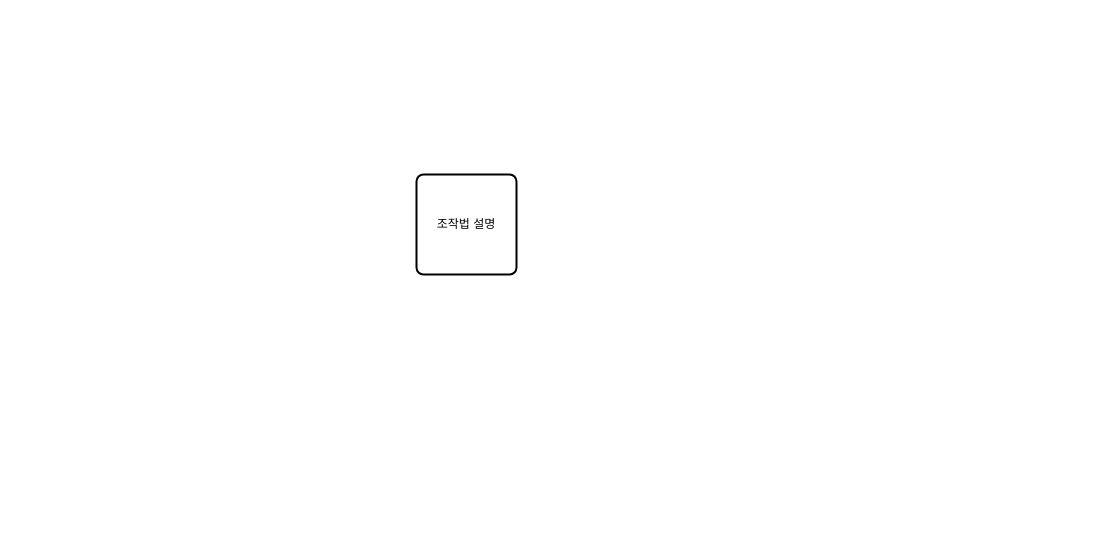
The draw.io diagram Untitled Diagram.drawio in imjae/Holymole_Lee, before the edit. Source tidied: cells renumbered, new cells numbered last; positions are measured from the earlier drawing's top-left corner, leaving out a move shared by most shapes. Both pictures are drawn from the tidied source at 100%, with x=0, y=0 at pixel (416, 174).
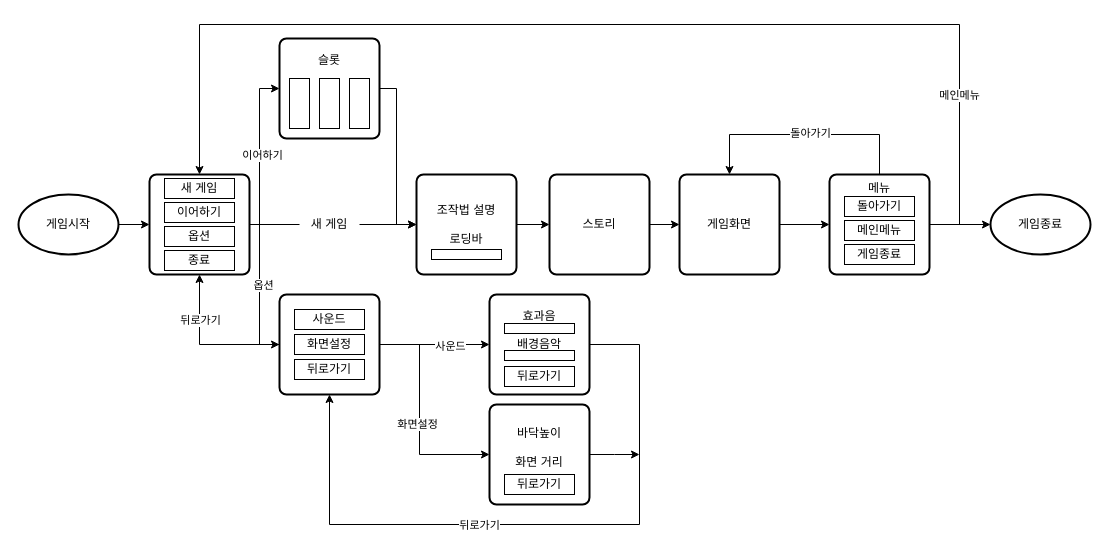
Above is the later version.

What changed in the source:
```diff
@@
+    <mxCell id="3" style="edgeStyle=orthogonalEdgeStyle;rounded=0;jettySize=auto;html=1;" parent="1" edge="1" source="2" target="6">
+      <mxGeometry relative="1" as="geometry" />
+    </mxCell>
+    <mxCell id="4" style="edgeStyle=orthogonalEdgeStyle;rounded=0;jettySize=auto;html=1;exitX=1;exitY=0.5;exitDx=0;exitDy=0;entryX=0;entryY=0.5;entryDx=0;entryDy=0;startArrow=none;" parent="1" edge="1" source="24" target="2">
+      <mxGeometry relative="1" as="geometry" />
+    </mxCell>
-    <mxCell id="2" value="조작법 설명" style="rounded=1;whiteSpace=wrap;html=1;absoluteArcSize=1;arcSize=14;strokeWidth=2;" parent="1" vertex="1">
+    <mxCell id="2" value="조작법 설명&lt;br&gt;&lt;br&gt;로딩바" style="rounded=1;whiteSpace=wrap;html=1;absoluteArcSize=1;arcSize=14;strokeWidth=2;" parent="1" vertex="1">
       <mxGeometry width="100" height="100" as="geometry" />
     </mxCell>
+    <mxCell id="5" style="edgeStyle=orthogonalEdgeStyle;rounded=0;jettySize=auto;html=1;" parent="1" edge="1" source="6" target="8">
+      <mxGeometry relative="1" as="geometry" />
+    </mxCell>
+    <mxCell id="6" value="스토리" style="rounded=1;whiteSpace=wrap;html=1;absoluteArcSize=1;arcSize=14;strokeWidth=2;" parent="1" vertex="1">
+      <mxGeometry x="133" width="100" height="100" as="geometry" />
+    </mxCell>
+    <mxCell id="7" style="edgeStyle=orthogonalEdgeStyle;rounded=0;jettySize=auto;html=1;" parent="1" edge="1" source="8" target="48">
+      <mxGeometry relative="1" as="geometry" />
+    </mxCell>
+    <mxCell id="8" value="게임화면" style="rounded=1;whiteSpace=wrap;html=1;absoluteArcSize=1;arcSize=14;strokeWidth=2;" parent="1" vertex="1">
+      <mxGeometry x="263" width="100" height="100" as="geometry" />
+    </mxCell>
+    <mxCell id="9" style="rounded=0;whiteSpace=wrap;html=1;" parent="1" vertex="1">
+      <mxGeometry x="15" y="75" width="70" height="10" as="geometry" />
+    </mxCell>
+    <mxCell id="10" style="edgeStyle=orthogonalEdgeStyle;rounded=0;jettySize=auto;html=1;entryX=0;entryY=0.5;entryDx=0;entryDy=0;" parent="1" edge="1" source="14" target="20">
+      <mxGeometry relative="1" as="geometry">
+        <Array as="points">
+          <mxPoint x="-157" y="50" />
+          <mxPoint x="-157" y="-86" />
+        </Array>
+      </mxGeometry>
+    </mxCell>
+    <mxCell id="11" value="이어하기" style="edgeLabel;html=1;align=center;verticalAlign=middle;" parent="10" vertex="1">
+      <mxGeometry x="0.14" y="-2" relative="1" as="geometry">
+        <mxPoint y="15" as="offset" />
+      </mxGeometry>
+    </mxCell>
+    <mxCell id="12" style="edgeStyle=orthogonalEdgeStyle;rounded=0;jettySize=auto;html=1;entryX=0;entryY=0.5;entryDx=0;entryDy=0;" parent="1" edge="1" source="14" target="32">
+      <mxGeometry relative="1" as="geometry">
+        <Array as="points">
+          <mxPoint x="-157" y="50" />
+          <mxPoint x="-157" y="170" />
+        </Array>
+      </mxGeometry>
+    </mxCell>
+    <mxCell id="13" value="옵션" style="edgeLabel;html=1;align=center;verticalAlign=middle;" parent="12" vertex="1">
+      <mxGeometry x="0.27" y="3" relative="1" as="geometry">
+        <mxPoint y="-25" as="offset" />
+      </mxGeometry>
+    </mxCell>
+    <mxCell id="14" style="rounded=1;whiteSpace=wrap;html=1;absoluteArcSize=1;arcSize=14;strokeWidth=2;" parent="1" vertex="1">
+      <mxGeometry x="-267" width="100" height="100" as="geometry" />
+    </mxCell>
+    <mxCell id="15" value="새 게임" style="rounded=0;whiteSpace=wrap;html=1;" parent="1" vertex="1">
+      <mxGeometry x="-252" y="4" width="70" height="20" as="geometry" />
+    </mxCell>
+    <mxCell id="16" value="이어하기" style="rounded=0;whiteSpace=wrap;html=1;" parent="1" vertex="1">
+      <mxGeometry x="-252" y="28" width="70" height="20" as="geometry" />
+    </mxCell>
+    <mxCell id="17" value="종료" style="rounded=0;whiteSpace=wrap;html=1;" parent="1" vertex="1">
+      <mxGeometry x="-252" y="76" width="70" height="20" as="geometry" />
+    </mxCell>
+    <mxCell id="18" value="옵션" style="rounded=0;whiteSpace=wrap;html=1;" parent="1" vertex="1">
+      <mxGeometry x="-252" y="52" width="70" height="20" as="geometry" />
+    </mxCell>
+    <mxCell id="19" style="edgeStyle=orthogonalEdgeStyle;rounded=0;jettySize=auto;html=1;entryX=0;entryY=0.5;entryDx=0;entryDy=0;" parent="1" edge="1" source="20" target="2">
+      <mxGeometry relative="1" as="geometry">
+        <Array as="points">
+          <mxPoint x="-20" y="-86" />
+          <mxPoint x="-20" y="50" />
+        </Array>
+      </mxGeometry>
+    </mxCell>
+    <mxCell id="20" value="슬롯&lt;br&gt;&lt;br&gt;&lt;br&gt;&lt;br&gt;&lt;br&gt;" style="rounded=1;whiteSpace=wrap;html=1;absoluteArcSize=1;arcSize=14;strokeWidth=2;" parent="1" vertex="1">
+      <mxGeometry x="-137" y="-136" width="100" height="100" as="geometry" />
+    </mxCell>
+    <mxCell id="21" style="rounded=0;whiteSpace=wrap;html=1;" parent="1" vertex="1">
+      <mxGeometry x="-127" y="-96" width="20" height="50" as="geometry" />
+    </mxCell>
+    <mxCell id="22" style="rounded=0;whiteSpace=wrap;html=1;" parent="1" vertex="1">
+      <mxGeometry x="-97" y="-96" width="20" height="50" as="geometry" />
+    </mxCell>
+    <mxCell id="23" style="rounded=0;whiteSpace=wrap;html=1;" parent="1" vertex="1">
+      <mxGeometry x="-67" y="-96" width="20" height="50" as="geometry" />
+    </mxCell>
+    <mxCell id="24" value="새 게임" style="text;html=1;strokeColor=none;fillColor=none;align=center;verticalAlign=middle;whiteSpace=wrap;rounded=0;" parent="1" vertex="1">
+      <mxGeometry x="-117" y="35" width="60" height="30" as="geometry" />
+    </mxCell>
+    <mxCell id="25" style="edgeStyle=orthogonalEdgeStyle;rounded=0;jettySize=auto;html=1;exitX=1;exitY=0.5;exitDx=0;exitDy=0;entryX=0;entryY=0.5;entryDx=0;entryDy=0;endArrow=none;" parent="1" edge="1" source="14" target="24">
+      <mxGeometry relative="1" as="geometry" />
+    </mxCell>
+    <mxCell id="26" style="edgeStyle=orthogonalEdgeStyle;rounded=0;jettySize=auto;html=1;entryX=0.5;entryY=1;entryDx=0;entryDy=0;" parent="1" edge="1" source="32" target="14">
+      <mxGeometry relative="1" as="geometry" />
+    </mxCell>
+    <mxCell id="27" value="뒤로가기" style="edgeLabel;html=1;align=center;verticalAlign=middle;" parent="26" vertex="1">
+      <mxGeometry x="0.16" y="-2" relative="1" as="geometry">
+        <mxPoint x="-2" y="-18" as="offset" />
+      </mxGeometry>
+    </mxCell>
+    <mxCell id="28" style="edgeStyle=orthogonalEdgeStyle;rounded=0;jettySize=auto;html=1;entryX=0;entryY=0.5;entryDx=0;entryDy=0;" parent="1" edge="1" source="32" target="38">
+      <mxGeometry relative="1" as="geometry" />
+    </mxCell>
+    <mxCell id="29" value="사운드" style="edgeLabel;html=1;align=center;verticalAlign=middle;" parent="28" vertex="1">
+      <mxGeometry x="0.27" y="-1" relative="1" as="geometry" />
+    </mxCell>
+    <mxCell id="30" style="edgeStyle=orthogonalEdgeStyle;rounded=0;jettySize=auto;html=1;entryX=0;entryY=0.5;entryDx=0;entryDy=0;" parent="1" edge="1" source="32" target="43">
+      <mxGeometry relative="1" as="geometry">
+        <Array as="points">
+          <mxPoint x="3" y="170" />
+          <mxPoint x="3" y="280" />
+        </Array>
+      </mxGeometry>
+    </mxCell>
+    <mxCell id="31" value="화면설정" style="edgeLabel;html=1;align=center;verticalAlign=middle;" parent="30" vertex="1">
+      <mxGeometry x="0.08" y="-4" relative="1" as="geometry">
+        <mxPoint x="1" as="offset" />
+      </mxGeometry>
+    </mxCell>
+    <mxCell id="32" style="rounded=1;whiteSpace=wrap;html=1;absoluteArcSize=1;arcSize=14;strokeWidth=2;" parent="1" vertex="1">
+      <mxGeometry x="-137" y="120" width="100" height="100" as="geometry" />
+    </mxCell>
+    <mxCell id="33" value="사운드" style="rounded=0;whiteSpace=wrap;html=1;" parent="1" vertex="1">
+      <mxGeometry x="-122" y="135" width="70" height="20" as="geometry" />
+    </mxCell>
+    <mxCell id="34" value="화면설정" style="rounded=0;whiteSpace=wrap;html=1;" parent="1" vertex="1">
+      <mxGeometry x="-122" y="160" width="70" height="20" as="geometry" />
+    </mxCell>
+    <mxCell id="35" value="뒤로가기" style="rounded=0;whiteSpace=wrap;html=1;" parent="1" vertex="1">
+      <mxGeometry x="-122" y="185" width="70" height="20" as="geometry" />
+    </mxCell>
+    <mxCell id="36" style="edgeStyle=orthogonalEdgeStyle;rounded=0;jettySize=auto;html=1;entryX=0.5;entryY=1;entryDx=0;entryDy=0;" parent="1" edge="1" source="38" target="32">
+      <mxGeometry relative="1" as="geometry">
+        <Array as="points">
+          <mxPoint x="223" y="170" />
+          <mxPoint x="223" y="350" />
+          <mxPoint x="-87" y="350" />
+        </Array>
+      </mxGeometry>
+    </mxCell>
+    <mxCell id="37" value="뒤로가기" style="edgeLabel;html=1;align=center;verticalAlign=middle;" parent="36" vertex="1">
+      <mxGeometry x="-0.06" relative="1" as="geometry">
+        <mxPoint x="-76" as="offset" />
+      </mxGeometry>
+    </mxCell>
+    <mxCell id="38" value="효과음&lt;br&gt;&lt;br&gt;배경음악&lt;br&gt;&lt;br&gt;&amp;nbsp;" style="rounded=1;whiteSpace=wrap;html=1;absoluteArcSize=1;arcSize=14;strokeWidth=2;" parent="1" vertex="1">
+      <mxGeometry x="73" y="120" width="100" height="100" as="geometry" />
+    </mxCell>
+    <mxCell id="39" style="rounded=0;whiteSpace=wrap;html=1;" parent="1" vertex="1">
+      <mxGeometry x="88" y="149" width="70" height="10" as="geometry" />
+    </mxCell>
+    <mxCell id="40" value="&lt;br&gt;" style="rounded=0;whiteSpace=wrap;html=1;" parent="1" vertex="1">
+      <mxGeometry x="88" y="176" width="70" height="10" as="geometry" />
+    </mxCell>
+    <mxCell id="41" value="뒤로가기" style="rounded=0;whiteSpace=wrap;html=1;" parent="1" vertex="1">
+      <mxGeometry x="88" y="192" width="70" height="20" as="geometry" />
+    </mxCell>
+    <mxCell id="42" style="edgeStyle=orthogonalEdgeStyle;rounded=0;jettySize=auto;html=1;" parent="1" edge="1" source="43">
+      <mxGeometry relative="1" as="geometry">
+        <mxPoint x="223" y="280" as="targetPoint" />
+      </mxGeometry>
+    </mxCell>
+    <mxCell id="43" value="바닥높이&lt;br&gt;&lt;br&gt;화면 거리&lt;br&gt;&amp;nbsp;" style="rounded=1;whiteSpace=wrap;html=1;absoluteArcSize=1;arcSize=14;strokeWidth=2;" parent="1" vertex="1">
+      <mxGeometry x="73" y="230" width="100" height="100" as="geometry" />
+    </mxCell>
+    <mxCell id="44" value="뒤로가기" style="rounded=0;whiteSpace=wrap;html=1;" parent="1" vertex="1">
+      <mxGeometry x="88" y="300" width="70" height="20" as="geometry" />
+    </mxCell>
+    <mxCell id="45" style="edgeStyle=orthogonalEdgeStyle;rounded=0;jettySize=auto;html=1;entryX=0.5;entryY=0;entryDx=0;entryDy=0;" parent="1" edge="1" source="48" target="8">
+      <mxGeometry relative="1" as="geometry">
+        <Array as="points">
+          <mxPoint x="463" y="-40" />
+          <mxPoint x="313" y="-40" />
+        </Array>
+      </mxGeometry>
+    </mxCell>
+    <mxCell id="46" value="돌아가기" style="edgeLabel;html=1;align=center;verticalAlign=middle;" parent="45" vertex="1">
+      <mxGeometry x="-0.32" y="-2" relative="1" as="geometry">
+        <mxPoint x="-32" as="offset" />
+      </mxGeometry>
+    </mxCell>
+    <mxCell id="47" style="edgeStyle=orthogonalEdgeStyle;rounded=0;jettySize=auto;html=1;entryX=0;entryY=0.5;entryDx=0;entryDy=0;entryPerimeter=0;" parent="1" edge="1" source="48" target="56">
+      <mxGeometry relative="1" as="geometry" />
+    </mxCell>
+    <mxCell id="48" value="메뉴&lt;br&gt;&lt;br&gt;&lt;br&gt;&lt;br&gt;&lt;br&gt;&lt;br&gt;" style="rounded=1;whiteSpace=wrap;html=1;absoluteArcSize=1;arcSize=14;strokeWidth=2;" parent="1" vertex="1">
+      <mxGeometry x="413" width="100" height="100" as="geometry" />
+    </mxCell>
+    <mxCell id="49" style="edgeStyle=orthogonalEdgeStyle;rounded=0;jettySize=auto;html=1;entryX=0.5;entryY=0;entryDx=0;entryDy=0;exitX=1;exitY=0.5;exitDx=0;exitDy=0;" parent="1" edge="1" source="48" target="14">
+      <mxGeometry relative="1" as="geometry">
+        <Array as="points">
+          <mxPoint x="543" y="50" />
+          <mxPoint x="543" y="-150" />
+          <mxPoint x="-217" y="-150" />
+        </Array>
+      </mxGeometry>
+    </mxCell>
+    <mxCell id="50" value="메인메뉴" style="edgeLabel;html=1;align=center;verticalAlign=middle;" parent="49" vertex="1">
+      <mxGeometry x="-0.72" y="1" relative="1" as="geometry" />
+    </mxCell>
+    <mxCell id="51" value="메인메뉴" style="rounded=0;whiteSpace=wrap;html=1;" parent="1" vertex="1">
+      <mxGeometry x="428" y="46" width="70" height="20" as="geometry" />
+    </mxCell>
+    <mxCell id="52" value="돌아가기" style="rounded=0;whiteSpace=wrap;html=1;" parent="1" vertex="1">
+      <mxGeometry x="428" y="22" width="70" height="20" as="geometry" />
+    </mxCell>
+    <mxCell id="53" value="게임종료" style="rounded=0;whiteSpace=wrap;html=1;" parent="1" vertex="1">
+      <mxGeometry x="428" y="70" width="70" height="20" as="geometry" />
+    </mxCell>
+    <mxCell id="54" style="edgeStyle=orthogonalEdgeStyle;rounded=0;jettySize=auto;html=1;entryX=0;entryY=0.5;entryDx=0;entryDy=0;" parent="1" edge="1" source="55" target="14">
+      <mxGeometry relative="1" as="geometry" />
+    </mxCell>
+    <mxCell id="55" value="게임시작" style="strokeWidth=2;html=1;shape=mxgraph.flowchart.start_1;whiteSpace=wrap;" parent="1" vertex="1">
+      <mxGeometry x="-398" y="20" width="100" height="60" as="geometry" />
+    </mxCell>
+    <mxCell id="56" value="게임종료" style="strokeWidth=2;html=1;shape=mxgraph.flowchart.start_1;whiteSpace=wrap;" parent="1" vertex="1">
+      <mxGeometry x="574" y="20" width="100" height="60" as="geometry" />
+    </mxCell>
```
